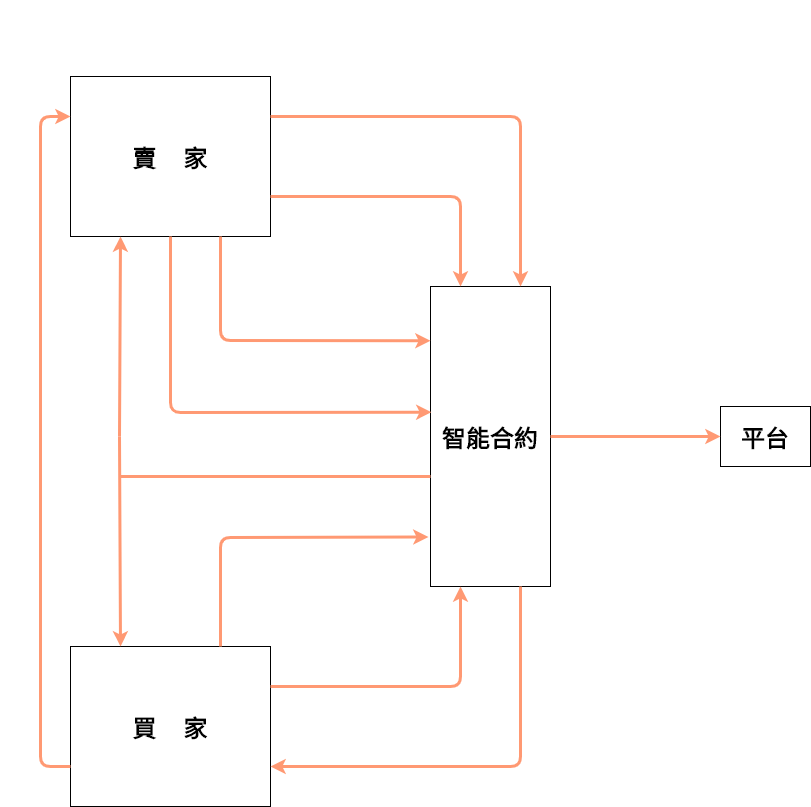
Before: 圖表/csie-TradeProcess副本副本.png, a diagram exported from draw.io (LiamHsu22/ShopP2P). Source tidied: cells renumbered, new cells last; positions are measured from the earlier drawing's top-left corner, leaving out a move shared by most shapes.
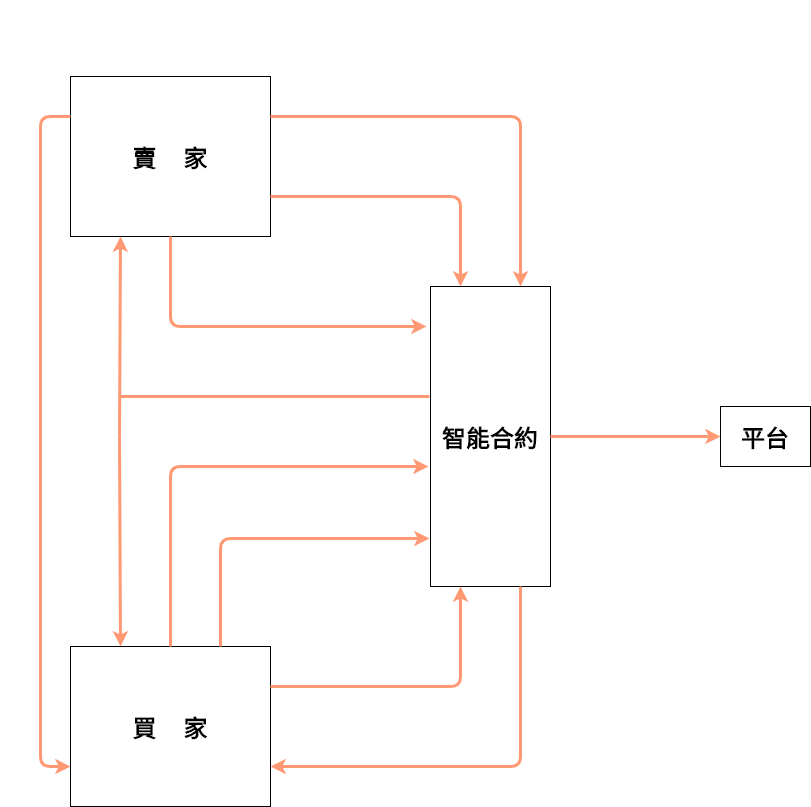
The same diagram one commit later.

Diff of the diagram source:
```diff
@@ -1,70 +1,70 @@
 <mxGraphModel>
   <root>
-    <mxCell id="0" />
-    <mxCell id="1" parent="0" />
+    <mxCell id="29" />
+    <mxCell id="30" parent="29" />
-    <mxCell id="2" value="賣&amp;nbsp; &amp;nbsp; &amp;nbsp;家" style="rounded=0;whiteSpace=wrap;html=1;fontFamily=Noto Sans TC;fontSource=https%3A%2F%2Ffonts.googleapis.com%2Fcss%3Ffamily%3DNoto%2BSans%2BTC;fontSize=24;fontStyle=1;" parent="1" vertex="1">
+    <mxCell id="2" value="賣&amp;nbsp; &amp;nbsp; &amp;nbsp;家" style="rounded=0;whiteSpace=wrap;html=1;fontFamily=Noto Sans TC;fontSource=https%3A%2F%2Ffonts.googleapis.com%2Fcss%3Ffamily%3DNoto%2BSans%2BTC;fontSize=24;fontStyle=1;" parent="30" vertex="1">
       <mxGeometry x="70" y="70" width="200" height="160" as="geometry" />
     </mxCell>
-    <mxCell id="3" value="買&amp;nbsp; &amp;nbsp; &amp;nbsp;家" style="rounded=0;whiteSpace=wrap;html=1;fontFamily=Noto Sans TC;fontSource=https%3A%2F%2Ffonts.googleapis.com%2Fcss%3Ffamily%3DNoto%2BSans%2BTC;fontSize=24;fontStyle=1;" parent="1" vertex="1">
+    <mxCell id="3" value="買&amp;nbsp; &amp;nbsp; &amp;nbsp;家" style="rounded=0;whiteSpace=wrap;html=1;fontFamily=Noto Sans TC;fontSource=https%3A%2F%2Ffonts.googleapis.com%2Fcss%3Ffamily%3DNoto%2BSans%2BTC;fontSize=24;fontStyle=1;" parent="30" vertex="1">
       <mxGeometry x="70" y="640" width="200" height="160" as="geometry" />
     </mxCell>
-    <mxCell id="4" value="平台" style="rounded=0;whiteSpace=wrap;html=1;fontFamily=Noto Sans TC;fontSource=https%3A%2F%2Ffonts.googleapis.com%2Fcss%3Ffamily%3DNoto%2BSans%2BTC;fontSize=24;fontStyle=1;" parent="1" vertex="1">
+    <mxCell id="4" value="平台" style="rounded=0;whiteSpace=wrap;html=1;fontFamily=Noto Sans TC;fontSource=https%3A%2F%2Ffonts.googleapis.com%2Fcss%3Ffamily%3DNoto%2BSans%2BTC;fontSize=24;fontStyle=1;" parent="30" vertex="1">
       <mxGeometry x="720" y="400" width="90" height="60" as="geometry" />
     </mxCell>
-    <mxCell id="5" value="智能合約" style="rounded=0;whiteSpace=wrap;html=1;fontFamily=Noto Sans TC;fontSource=https%3A%2F%2Ffonts.googleapis.com%2Fcss%3Ffamily%3DNoto%2BSans%2BTC;fontSize=24;fontStyle=1;" parent="1" vertex="1">
+    <mxCell id="5" value="智能合約" style="rounded=0;whiteSpace=wrap;html=1;fontFamily=Noto Sans TC;fontSource=https%3A%2F%2Ffonts.googleapis.com%2Fcss%3Ffamily%3DNoto%2BSans%2BTC;fontSize=24;fontStyle=1;" parent="30" vertex="1">
       <mxGeometry x="430" y="280" width="120" height="300" as="geometry" />
     </mxCell>
-    <mxCell id="6" style="endArrow=classic;html=1;fontFamily=Noto Sans TC;fontSource=https%3A%2F%2Ffonts.googleapis.com%2Fcss%3Ffamily%3DNoto%2BSans%2BTC;fontSize=24;exitX=0.75;exitY=1;exitDx=0;exitDy=0;entryX=1;entryY=0.75;entryDx=0;entryDy=0;strokeWidth=3;strokeColor=#ff9973;" parent="1" edge="1" source="5" target="3">
+    <mxCell id="6" style="endArrow=classic;html=1;fontFamily=Noto Sans TC;fontSource=https%3A%2F%2Ffonts.googleapis.com%2Fcss%3Ffamily%3DNoto%2BSans%2BTC;fontSize=24;exitX=0.75;exitY=1;exitDx=0;exitDy=0;entryX=1;entryY=0.75;entryDx=0;entryDy=0;strokeWidth=3;strokeColor=#FF9973;" parent="30" edge="1" source="5" target="3">
       <mxGeometry relative="1" as="geometry">
         <Array as="points">
           <mxPoint x="520" y="760" />
         </Array>
       </mxGeometry>
     </mxCell>
-    <mxCell id="7" value="&lt;font style=&quot;font-size: 25px;&quot;&gt;1.註冊&lt;/font&gt;" style="text;html=1;strokeColor=none;fillColor=none;align=center;verticalAlign=middle;whiteSpace=wrap;rounded=0;fontFamily=Noto Sans TC;fontSource=https%3A%2F%2Ffonts.googleapis.com%2Fcss%3Ffamily%3DNoto%2BSans%2BTC;fontSize=25;fontStyle=1;fontColor=#FFFFFF;" parent="1" vertex="1">
+    <mxCell id="7" value="&lt;font style=&quot;font-size: 25px;&quot;&gt;1.註冊&lt;/font&gt;" style="text;html=1;strokeColor=none;fillColor=none;align=center;verticalAlign=middle;whiteSpace=wrap;rounded=0;fontFamily=Noto Sans TC;fontSource=https%3A%2F%2Ffonts.googleapis.com%2Fcss%3Ffamily%3DNoto%2BSans%2BTC;fontSize=25;fontStyle=1;fontColor=#FFFFFF;" parent="30" vertex="1">
       <mxGeometry x="290" y="80" width="110" height="20" as="geometry" />
     </mxCell>
-    <mxCell id="8" style="endArrow=classic;html=1;fontFamily=Noto Sans TC;fontSource=https%3A%2F%2Ffonts.googleapis.com%2Fcss%3Ffamily%3DNoto%2BSans%2BTC;fontSize=24;entryX=0.75;entryY=0;entryDx=0;entryDy=0;exitX=1;exitY=0.25;exitDx=0;exitDy=0;strokeWidth=3;strokeColor=#ff9973;" parent="1" edge="1" source="2" target="5">
-      <mxGeometry relative="1" as="geometry">
-        <Array as="points">
-          <mxPoint x="520" y="110" />
-        </Array>
-      </mxGeometry>
-    </mxCell>
+    <mxCell id="31" style="endArrow=classic;html=1;fontFamily=Noto Sans TC;fontSource=https%3A%2F%2Ffonts.googleapis.com%2Fcss%3Ffamily%3DNoto%2BSans%2BTC;fontSize=24;entryX=0.75;entryY=0;entryDx=0;entryDy=0;exitX=1;exitY=0.25;exitDx=0;exitDy=0;strokeWidth=3;strokeColor=#FF9973;" parent="30" edge="1" source="2" target="5">
+      <mxGeometry relative="1" as="geometry">
+        <Array as="points">
+          <mxPoint x="520" y="110" />
+        </Array>
+      </mxGeometry>
+    </mxCell>
-    <mxCell id="9" value="&lt;font style=&quot;font-size: 25px;&quot;&gt;3.註冊&lt;/font&gt;" style="text;html=1;strokeColor=none;fillColor=none;align=center;verticalAlign=middle;whiteSpace=wrap;rounded=0;fontFamily=Noto Sans TC;fontSource=https%3A%2F%2Ffonts.googleapis.com%2Fcss%3Ffamily%3DNoto%2BSans%2BTC;fontSize=25;fontStyle=1;fontColor=#FFFFFF;" parent="1" vertex="1">
+    <mxCell id="9" value="&lt;font style=&quot;font-size: 25px;&quot;&gt;3.註冊&lt;/font&gt;" style="text;html=1;strokeColor=none;fillColor=none;align=center;verticalAlign=middle;whiteSpace=wrap;rounded=0;fontFamily=Noto Sans TC;fontSource=https%3A%2F%2Ffonts.googleapis.com%2Fcss%3Ffamily%3DNoto%2BSans%2BTC;fontSize=25;fontStyle=1;fontColor=#FFFFFF;" parent="30" vertex="1">
       <mxGeometry x="278" y="650" width="134" height="20" as="geometry" />
     </mxCell>
-    <mxCell id="10" style="endArrow=classic;html=1;fontFamily=Noto Sans TC;fontSource=https%3A%2F%2Ffonts.googleapis.com%2Fcss%3Ffamily%3DNoto%2BSans%2BTC;fontSize=24;entryX=0.25;entryY=0;entryDx=0;entryDy=0;exitX=1;exitY=0.75;exitDx=0;exitDy=0;strokeWidth=3;strokeColor=#ff9973;" parent="1" edge="1" source="2" target="5">
-      <mxGeometry relative="1" as="geometry">
-        <Array as="points">
-          <mxPoint x="460" y="190" />
-        </Array>
-      </mxGeometry>
-    </mxCell>
+    <mxCell id="32" style="endArrow=classic;html=1;fontFamily=Noto Sans TC;fontSource=https%3A%2F%2Ffonts.googleapis.com%2Fcss%3Ffamily%3DNoto%2BSans%2BTC;fontSize=24;entryX=0.25;entryY=0;entryDx=0;entryDy=0;exitX=1;exitY=0.75;exitDx=0;exitDy=0;strokeWidth=3;strokeColor=#FF9973;" parent="30" edge="1" source="2" target="5">
+      <mxGeometry relative="1" as="geometry">
+        <Array as="points">
+          <mxPoint x="460" y="190" />
+        </Array>
+      </mxGeometry>
+    </mxCell>
-    <mxCell id="11" value="&lt;font style=&quot;font-size: 25px;&quot;&gt;4.顯示商品&lt;/font&gt;" style="text;html=1;strokeColor=none;fillColor=none;align=center;verticalAlign=middle;whiteSpace=wrap;rounded=0;fontFamily=Noto Sans TC;fontSource=https%3A%2F%2Ffonts.googleapis.com%2Fcss%3Ffamily%3DNoto%2BSans%2BTC;fontSize=25;fontStyle=1;fontColor=#FFFFFF;" parent="1" vertex="1">
+    <mxCell id="11" value="&lt;font style=&quot;font-size: 25px;&quot;&gt;4.顯示商品&lt;/font&gt;" style="text;html=1;strokeColor=none;fillColor=none;align=center;verticalAlign=middle;whiteSpace=wrap;rounded=0;fontFamily=Noto Sans TC;fontSource=https%3A%2F%2Ffonts.googleapis.com%2Fcss%3Ffamily%3DNoto%2BSans%2BTC;fontSize=25;fontStyle=1;fontColor=#FFFFFF;" parent="30" vertex="1">
       <mxGeometry x="300" y="730" width="139" height="20" as="geometry" />
     </mxCell>
-    <mxCell id="12" style="endArrow=classic;html=1;fontFamily=Noto Sans TC;fontSource=https%3A%2F%2Ffonts.googleapis.com%2Fcss%3Ffamily%3DNoto%2BSans%2BTC;fontSize=24;entryX=0.25;entryY=1;entryDx=0;entryDy=0;exitX=1;exitY=0.25;exitDx=0;exitDy=0;strokeWidth=3;strokeColor=#ff9973;" parent="1" edge="1" source="3" target="5">
-      <mxGeometry relative="1" as="geometry">
-        <Array as="points">
-          <mxPoint x="460" y="680" />
-        </Array>
-      </mxGeometry>
-    </mxCell>
+    <mxCell id="33" style="endArrow=classic;html=1;fontFamily=Noto Sans TC;fontSource=https%3A%2F%2Ffonts.googleapis.com%2Fcss%3Ffamily%3DNoto%2BSans%2BTC;fontSize=24;entryX=0.25;entryY=1;entryDx=0;entryDy=0;exitX=1;exitY=0.25;exitDx=0;exitDy=0;strokeWidth=3;strokeColor=#FF9973;" parent="30" edge="1" source="3" target="5">
+      <mxGeometry relative="1" as="geometry">
+        <Array as="points">
+          <mxPoint x="460" y="680" />
+        </Array>
+      </mxGeometry>
+    </mxCell>
-    <mxCell id="13" value="&lt;span style=&quot;font-size: 25px;&quot;&gt;2.支付押金上架&lt;/span&gt;" style="text;html=1;strokeColor=none;fillColor=none;align=center;verticalAlign=middle;whiteSpace=wrap;rounded=0;fontFamily=Noto Sans TC;fontSource=https%3A%2F%2Ffonts.googleapis.com%2Fcss%3Ffamily%3DNoto%2BSans%2BTC;fontSize=25;fontStyle=1;fontColor=#FFFFFF;" parent="1" vertex="1">
+    <mxCell id="13" value="&lt;span style=&quot;font-size: 25px;&quot;&gt;2.支付押金上架&lt;/span&gt;" style="text;html=1;strokeColor=none;fillColor=none;align=center;verticalAlign=middle;whiteSpace=wrap;rounded=0;fontFamily=Noto Sans TC;fontSource=https%3A%2F%2Ffonts.googleapis.com%2Fcss%3Ffamily%3DNoto%2BSans%2BTC;fontSize=25;fontStyle=1;fontColor=#FFFFFF;" parent="30" vertex="1">
       <mxGeometry x="306" y="160" width="181" height="20" as="geometry" />
     </mxCell>
-    <mxCell id="14" style="endArrow=classic;html=1;fontFamily=Noto Sans TC;fontSource=https%3A%2F%2Ffonts.googleapis.com%2Fcss%3Ffamily%3DNoto%2BSans%2BTC;fontSize=24;entryX=0;entryY=0.181;entryDx=0;entryDy=0;entryPerimeter=0;exitX=0.75;exitY=1;exitDx=0;exitDy=0;strokeWidth=3;strokeColor=#ff9973;" parent="1" edge="1" source="2" target="5">
-      <mxGeometry relative="1" as="geometry">
-        <Array as="points">
-          <mxPoint x="220" y="334" />
-        </Array>
-      </mxGeometry>
-    </mxCell>
+    <mxCell id="34" style="endArrow=classic;html=1;fontFamily=Noto Sans TC;fontSource=https%3A%2F%2Ffonts.googleapis.com%2Fcss%3Ffamily%3DNoto%2BSans%2BTC;fontSize=24;exitX=0.75;exitY=0;exitDx=0;exitDy=0;strokeWidth=3;entryX=-0.008;entryY=0.84;entryDx=0;entryDy=0;entryPerimeter=0;strokeColor=#FF9973;" parent="30" edge="1" source="3" target="5">
+      <mxGeometry relative="1" as="geometry">
+        <Array as="points">
+          <mxPoint x="220" y="532" />
+        </Array>
+      </mxGeometry>
+    </mxCell>
-    <mxCell id="15" value="&lt;span style=&quot;font-size: 25px;&quot;&gt;5.支付押金下單&lt;/span&gt;" style="text;html=1;strokeColor=none;fillColor=none;align=center;verticalAlign=middle;whiteSpace=wrap;rounded=0;fontFamily=Noto Sans TC;fontSource=https%3A%2F%2Ffonts.googleapis.com%2Fcss%3Ffamily%3DNoto%2BSans%2BTC;fontSize=25;fontStyle=1;fontColor=#FFFFFF;" parent="1" vertex="1">
-      <mxGeometry x="232" y="306" width="186.5" height="20" as="geometry" />
+    <mxCell id="15" value="&lt;span style=&quot;font-size: 25px;&quot;&gt;5.支付押金下單&lt;/span&gt;" style="text;html=1;strokeColor=none;fillColor=none;align=center;verticalAlign=middle;whiteSpace=wrap;rounded=0;fontFamily=Noto Sans TC;fontSource=https%3A%2F%2Ffonts.googleapis.com%2Fcss%3Ffamily%3DNoto%2BSans%2BTC;fontSize=25;fontStyle=1;fontColor=#FFFFFF;" parent="30" vertex="1">
+      <mxGeometry x="232" y="497" width="186.5" height="20" as="geometry" />
     </mxCell>
-    <mxCell id="16" style="endArrow=classic;html=1;fontFamily=Noto Sans TC;fontSource=https%3A%2F%2Ffonts.googleapis.com%2Fcss%3Ffamily%3DNoto%2BSans%2BTC;fontSize=24;exitX=0;exitY=0.75;exitDx=0;exitDy=0;entryX=0;entryY=0.25;entryDx=0;entryDy=0;strokeWidth=3;strokeColor=#ff9973;" parent="1" edge="1" source="3" target="2">
+    <mxCell id="16" style="endArrow=none;html=1;fontFamily=Noto Sans TC;fontSource=https%3A%2F%2Ffonts.googleapis.com%2Fcss%3Ffamily%3DNoto%2BSans%2BTC;fontSize=24;exitX=0;exitY=0.75;exitDx=0;exitDy=0;entryX=0;entryY=0.25;entryDx=0;entryDy=0;strokeWidth=3;startArrow=classic;startFill=1;endFill=0;strokeColor=#FF9973;" parent="30" edge="1" source="3" target="2">
       <mxGeometry relative="1" as="geometry">
         <Array as="points">
           <mxPoint x="40" y="760" />
@@ -72,56 +72,58 @@
         </Array>
       </mxGeometry>
     </mxCell>
-    <mxCell id="17" value="&lt;span style=&quot;font-size: 25px;&quot;&gt;6.&lt;br style=&quot;font-size: 25px;&quot;&gt;交&lt;br style=&quot;font-size: 25px;&quot;&gt;付&lt;br style=&quot;font-size: 25px;&quot;&gt;物&lt;br style=&quot;font-size: 25px;&quot;&gt;品&lt;/span&gt;" style="text;html=1;strokeColor=none;fillColor=none;align=center;verticalAlign=middle;whiteSpace=wrap;rounded=0;fontFamily=Noto Sans TC;fontSource=https%3A%2F%2Ffonts.googleapis.com%2Fcss%3Ffamily%3DNoto%2BSans%2BTC;fontSize=25;fontStyle=1;fontColor=#FFFFFF;" parent="1" vertex="1">
+    <mxCell id="17" value="&lt;span style=&quot;font-size: 25px;&quot;&gt;6.&lt;br style=&quot;font-size: 25px;&quot;&gt;交&lt;br style=&quot;font-size: 25px;&quot;&gt;付&lt;br style=&quot;font-size: 25px;&quot;&gt;物&lt;br style=&quot;font-size: 25px;&quot;&gt;品&lt;/span&gt;" style="text;html=1;strokeColor=none;fillColor=none;align=center;verticalAlign=middle;whiteSpace=wrap;rounded=0;fontFamily=Noto Sans TC;fontSource=https%3A%2F%2Ffonts.googleapis.com%2Fcss%3Ffamily%3DNoto%2BSans%2BTC;fontSize=25;fontStyle=1;fontColor=#FFFFFF;" parent="30" vertex="1">
       <mxGeometry y="328" width="30" height="130" as="geometry" />
     </mxCell>
-    <mxCell id="18" style="endArrow=classic;html=1;fontFamily=Noto Sans TC;fontSource=https%3A%2F%2Ffonts.googleapis.com%2Fcss%3Ffamily%3DNoto%2BSans%2BTC;fontSize=24;exitX=0.5;exitY=1;exitDx=0;exitDy=0;entryX=0.008;entryY=0.419;entryDx=0;entryDy=0;entryPerimeter=0;strokeWidth=3;strokeColor=#ff9973;" parent="1" edge="1" source="2" target="5">
-      <mxGeometry relative="1" as="geometry">
-        <Array as="points">
-          <mxPoint x="170" y="406" />
-        </Array>
-      </mxGeometry>
-    </mxCell>
+    <mxCell id="35" style="endArrow=classic;html=1;fontFamily=Noto Sans TC;fontSource=https%3A%2F%2Ffonts.googleapis.com%2Fcss%3Ffamily%3DNoto%2BSans%2BTC;fontSize=24;exitX=0.5;exitY=1;exitDx=0;exitDy=0;strokeWidth=3;strokeColor=#FF9973;" parent="30" edge="1" source="2">
+      <mxGeometry relative="1" as="geometry">
+        <mxPoint x="426" y="320" as="targetPoint" />
+        <Array as="points">
+          <mxPoint x="170" y="320" />
+        </Array>
+      </mxGeometry>
+    </mxCell>
+    <mxCell id="21" value="&lt;span style=&quot;font-size: 25px&quot;&gt;8.給予評價&lt;/span&gt;" style="text;html=1;strokeColor=none;fillColor=none;align=center;verticalAlign=middle;whiteSpace=wrap;rounded=0;fontFamily=Noto Sans TC;fontSource=https%3A%2F%2Ffonts.googleapis.com%2Fcss%3Ffamily%3DNoto%2BSans%2BTC;fontSize=25;fontStyle=1;fontColor=#FFFFFF;" parent="30" vertex="1">
+      <mxGeometry x="220" y="286" width="160" height="20" as="geometry" />
+    </mxCell>
+    <mxCell id="36" style="endArrow=classic;html=1;fontFamily=Noto Sans TC;fontSource=https%3A%2F%2Ffonts.googleapis.com%2Fcss%3Ffamily%3DNoto%2BSans%2BTC;fontSize=24;exitX=0.5;exitY=0;exitDx=0;exitDy=0;strokeWidth=3;strokeColor=#FF9973;" parent="30" edge="1" source="3">
+      <mxGeometry relative="1" as="geometry">
+        <mxPoint x="428" y="460" as="targetPoint" />
+        <Array as="points">
+          <mxPoint x="170" y="460" />
+        </Array>
+      </mxGeometry>
+    </mxCell>
-    <mxCell id="19" value="&lt;span style=&quot;font-size: 25px;&quot;&gt;7.給予評價&lt;/span&gt;" style="text;html=1;strokeColor=none;fillColor=none;align=center;verticalAlign=middle;whiteSpace=wrap;rounded=0;fontFamily=Noto Sans TC;fontSource=https%3A%2F%2Ffonts.googleapis.com%2Fcss%3Ffamily%3DNoto%2BSans%2BTC;fontSize=25;fontStyle=1;fontColor=#FFFFFF;" parent="1" vertex="1">
-      <mxGeometry x="220" y="376" width="160" height="20" as="geometry" />
+    <mxCell id="19" value="&lt;span style=&quot;font-size: 25px&quot;&gt;7.給予評價&lt;/span&gt;" style="text;html=1;strokeColor=none;fillColor=none;align=center;verticalAlign=middle;whiteSpace=wrap;rounded=0;fontFamily=Noto Sans TC;fontSource=https%3A%2F%2Ffonts.googleapis.com%2Fcss%3Ffamily%3DNoto%2BSans%2BTC;fontSize=25;fontStyle=1;fontColor=#FFFFFF;" parent="30" vertex="1">
+      <mxGeometry x="220" y="426" width="160" height="20" as="geometry" />
     </mxCell>
-    <mxCell id="20" style="endArrow=classic;html=1;fontFamily=Noto Sans TC;fontSource=https%3A%2F%2Ffonts.googleapis.com%2Fcss%3Ffamily%3DNoto%2BSans%2BTC;fontSize=24;exitX=0.75;exitY=0;exitDx=0;exitDy=0;entryX=-0.017;entryY=0.835;entryDx=0;entryDy=0;entryPerimeter=0;strokeWidth=3;strokeColor=#ff9973;" parent="1" edge="1" source="3" target="5">
-      <mxGeometry relative="1" as="geometry">
-        <Array as="points">
-          <mxPoint x="220" y="531" />
-        </Array>
-      </mxGeometry>
-    </mxCell>
-    <mxCell id="21" value="&lt;span style=&quot;font-size: 25px;&quot;&gt;8.給予評價&lt;/span&gt;" style="text;html=1;strokeColor=none;fillColor=none;align=center;verticalAlign=middle;whiteSpace=wrap;rounded=0;fontFamily=Noto Sans TC;fontSource=https%3A%2F%2Ffonts.googleapis.com%2Fcss%3Ffamily%3DNoto%2BSans%2BTC;fontSize=25;fontStyle=1;fontColor=#FFFFFF;" parent="1" vertex="1">
-      <mxGeometry x="220" y="499" width="160" height="20" as="geometry" />
-    </mxCell>
-    <mxCell id="22" value="&lt;span style=&quot;font-size: 25px;&quot;&gt;9.返還押金&lt;/span&gt;" style="text;html=1;strokeColor=none;fillColor=none;align=center;verticalAlign=middle;whiteSpace=wrap;rounded=0;fontFamily=Noto Sans TC;fontSource=https%3A%2F%2Ffonts.googleapis.com%2Fcss%3Ffamily%3DNoto%2BSans%2BTC;fontSize=25;fontStyle=1;fontColor=#FFFFFF;" parent="1" vertex="1">
-      <mxGeometry x="220" y="439" width="160" height="20" as="geometry" />
+    <mxCell id="22" value="&lt;span style=&quot;font-size: 25px;&quot;&gt;9.返還押金&lt;/span&gt;" style="text;html=1;strokeColor=none;fillColor=none;align=center;verticalAlign=middle;whiteSpace=wrap;rounded=0;fontFamily=Noto Sans TC;fontSource=https%3A%2F%2Ffonts.googleapis.com%2Fcss%3Ffamily%3DNoto%2BSans%2BTC;fontSize=25;fontStyle=1;fontColor=#FFFFFF;" parent="30" vertex="1">
+      <mxGeometry x="220" y="360" width="160" height="20" as="geometry" />
     </mxCell>
-    <mxCell id="23" style="endArrow=classic;html=1;fontFamily=Noto Sans TC;fontSource=https%3A%2F%2Ffonts.googleapis.com%2Fcss%3Ffamily%3DNoto%2BSans%2BTC;fontSize=24;entryX=0;entryY=0.5;entryDx=0;entryDy=0;exitX=1;exitY=0.5;exitDx=0;exitDy=0;strokeWidth=3;strokeColor=#ff9973;" parent="1" edge="1" source="5" target="4">
+    <mxCell id="23" style="endArrow=classic;html=1;fontFamily=Noto Sans TC;fontSource=https%3A%2F%2Ffonts.googleapis.com%2Fcss%3Ffamily%3DNoto%2BSans%2BTC;fontSize=24;entryX=0;entryY=0.5;entryDx=0;entryDy=0;exitX=1;exitY=0.5;exitDx=0;exitDy=0;strokeWidth=3;strokeColor=#FF9973;" parent="30" edge="1" source="5" target="4">
       <mxGeometry relative="1" as="geometry" />
     </mxCell>
-    <mxCell id="24" value="&lt;span style=&quot;font-size: 25px&quot;&gt;10.收取懲罰金&lt;/span&gt;" style="text;html=1;strokeColor=none;fillColor=none;align=center;verticalAlign=middle;whiteSpace=wrap;rounded=0;fontFamily=Noto Sans TC;fontSource=https%3A%2F%2Ffonts.googleapis.com%2Fcss%3Ffamily%3DNoto%2BSans%2BTC;fontSize=25;fontStyle=1;fontColor=#FFFFFF;" parent="1" vertex="1">
+    <mxCell id="24" value="&lt;span style=&quot;font-size: 25px&quot;&gt;10.收取懲罰金&lt;/span&gt;" style="text;html=1;strokeColor=none;fillColor=none;align=center;verticalAlign=middle;whiteSpace=wrap;rounded=0;fontFamily=Noto Sans TC;fontSource=https%3A%2F%2Ffonts.googleapis.com%2Fcss%3Ffamily%3DNoto%2BSans%2BTC;fontSize=25;fontStyle=1;fontColor=#FFFFFF;" parent="30" vertex="1">
       <mxGeometry x="547" y="398" width="177" height="20" as="geometry" />
     </mxCell>
-    <mxCell id="25" value="&lt;b&gt;&lt;font style=&quot;font-size: 28px&quot;&gt;交易流程圖&lt;/font&gt;&lt;/b&gt;" style="text;html=1;strokeColor=none;fillColor=none;align=center;verticalAlign=middle;whiteSpace=wrap;rounded=0;fontFamily=Noto Sans TC;fontSource=https%3A%2F%2Ffonts.googleapis.com%2Fcss%3Ffamily%3DNoto%2BSans%2BTC;fontSize=24;fontColor=#FFFFFF;" parent="1" vertex="1">
+    <mxCell id="25" value="&lt;b&gt;&lt;font style=&quot;font-size: 28px&quot;&gt;交易流程圖&lt;/font&gt;&lt;/b&gt;" style="text;html=1;strokeColor=none;fillColor=none;align=center;verticalAlign=middle;whiteSpace=wrap;rounded=0;fontFamily=Noto Sans TC;fontSource=https%3A%2F%2Ffonts.googleapis.com%2Fcss%3Ffamily%3DNoto%2BSans%2BTC;fontSize=24;fontColor=#FFFFFF;" parent="30" vertex="1">
       <mxGeometry x="50" width="240" height="20" as="geometry" />
     </mxCell>
-    <mxCell id="26" style="endArrow=classic;html=1;fontFamily=Noto Sans TC;fontSource=https%3A%2F%2Ffonts.googleapis.com%2Fcss%3Ffamily%3DNoto%2BSans%2BTC;fontSize=24;entryX=0.25;entryY=1;entryDx=0;entryDy=0;strokeWidth=3;strokeColor=#ff9973;" parent="1" edge="1" target="2">
-      <mxGeometry relative="1" as="geometry">
-        <mxPoint x="119" y="430" as="sourcePoint" />
-      </mxGeometry>
-    </mxCell>
-    <mxCell id="27" style="endArrow=classic;html=1;fontFamily=Noto Sans TC;fontSource=https%3A%2F%2Ffonts.googleapis.com%2Fcss%3Ffamily%3DNoto%2BSans%2BTC;fontSize=24;strokeWidth=3;entryX=0.25;entryY=0;entryDx=0;entryDy=0;strokeColor=#ff9973;" parent="1" edge="1" target="3">
-      <mxGeometry relative="1" as="geometry">
-        <mxPoint x="119" y="430" as="sourcePoint" />
-      </mxGeometry>
-    </mxCell>
-    <mxCell id="28" style="endArrow=none;html=1;fontSize=22;fontColor=#FFFFFF;strokeWidth=3;strokeColor=#ff9973;" parent="1" edge="1">
-      <mxGeometry relative="1" as="geometry">
-        <mxPoint x="120" y="470" as="sourcePoint" />
-        <mxPoint x="430" y="470" as="targetPoint" />
-      </mxGeometry>
-    </mxCell>
+    <mxCell id="37" style="endArrow=classic;html=1;fontFamily=Noto Sans TC;fontSource=https%3A%2F%2Ffonts.googleapis.com%2Fcss%3Ffamily%3DNoto%2BSans%2BTC;fontSize=24;entryX=0.25;entryY=1;entryDx=0;entryDy=0;strokeWidth=3;strokeColor=#FF9973;" parent="30" edge="1" target="2">
+      <mxGeometry relative="1" as="geometry">
+        <mxPoint x="119" y="430" as="sourcePoint" />
+      </mxGeometry>
+    </mxCell>
+    <mxCell id="38" style="endArrow=classic;html=1;fontFamily=Noto Sans TC;fontSource=https%3A%2F%2Ffonts.googleapis.com%2Fcss%3Ffamily%3DNoto%2BSans%2BTC;fontSize=24;strokeWidth=3;entryX=0.25;entryY=0;entryDx=0;entryDy=0;strokeColor=#FF9973;" parent="30" edge="1" target="3">
+      <mxGeometry relative="1" as="geometry">
+        <mxPoint x="119" y="430" as="sourcePoint" />
+      </mxGeometry>
+    </mxCell>
+    <mxCell id="39" style="endArrow=none;html=1;fontSize=22;fontColor=#FFFFFF;strokeWidth=3;strokeColor=#FF9973;" parent="30" edge="1">
+      <mxGeometry relative="1" as="geometry">
+        <mxPoint x="120" y="390" as="sourcePoint" />
+        <mxPoint x="429" y="390" as="targetPoint" />
+      </mxGeometry>
+    </mxCell>
   </root>
 </mxGraphModel>
```
